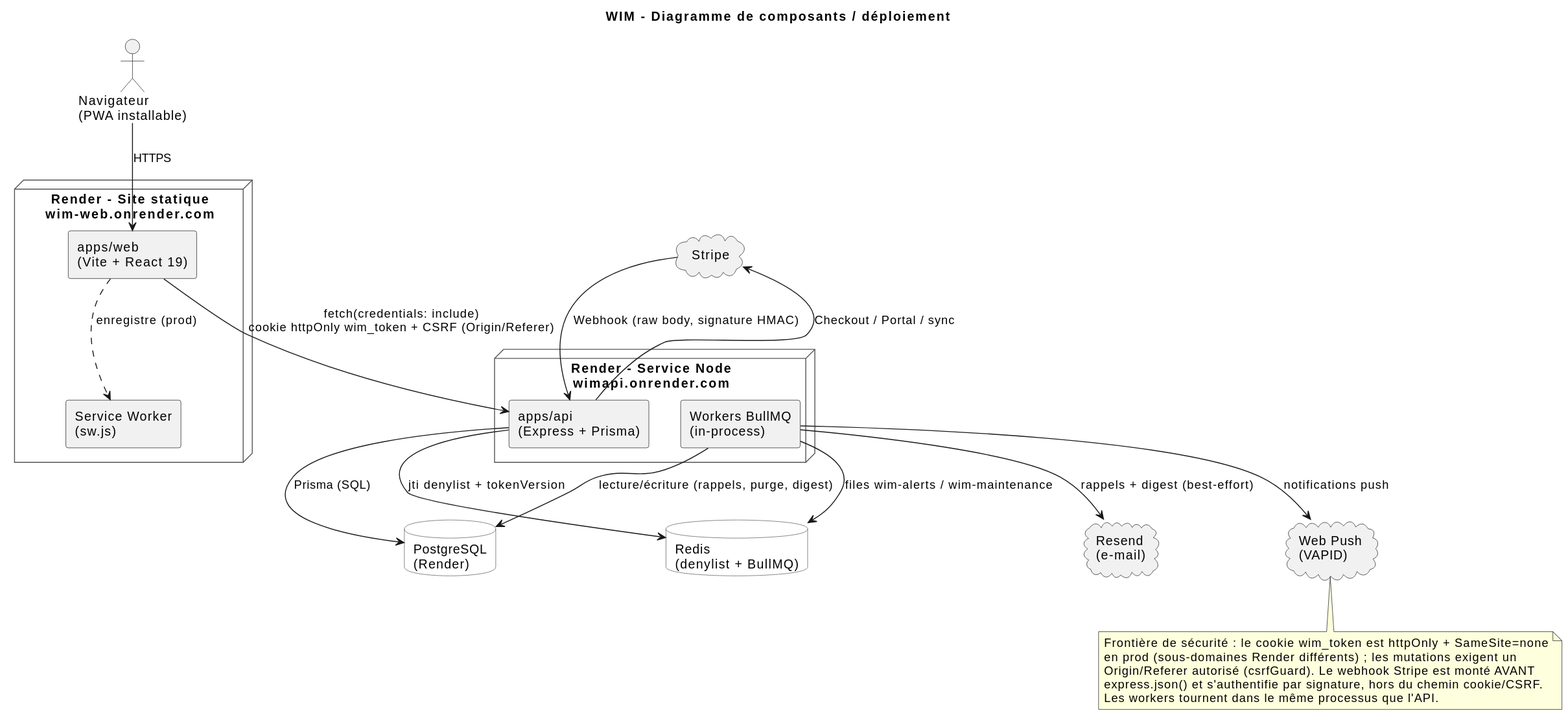
The PlantUML diagram docs/uml/07-component-deploiement.svg in SGCSBorges/WIM, before a commit. Its source is kept beside it as docs/uml/07-component-deploiement.puml.
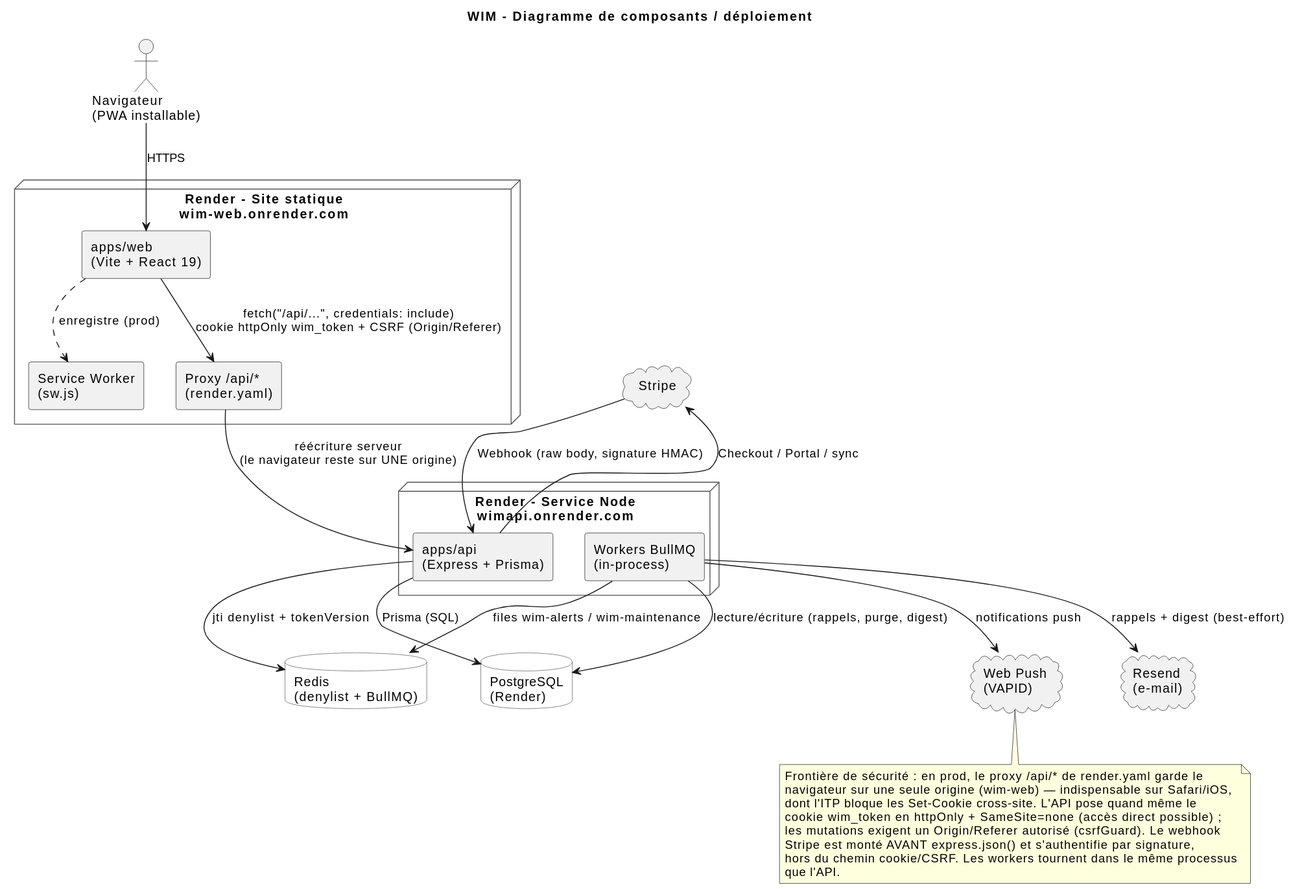
After the change.

The edit, as a diff of the source:
```diff
@@ -16,6 +16,7 @@
 node "Render – Site statique\nwim-web.onrender.com" as WebHost {
   component "apps/web\n(Vite + React 19)" as Web
   component "Service Worker\n(sw.js)" as SW
+  component "Proxy /api/*\n(render.yaml)" as Proxy
 }
 
 node "Render – Service Node\nwimapi.onrender.com" as ApiHost {
@@ -32,7 +33,8 @@
 
 Browser --> Web : HTTPS
 Web ..> SW : enregistre (prod)
-Web --> Api : fetch(credentials: include)\ncookie httpOnly wim_token + CSRF (Origin/Referer)
+Web --> Proxy : fetch("/api/...", credentials: include)\ncookie httpOnly wim_token + CSRF (Origin/Referer)
+Proxy --> Api : réécriture serveur\n(le navigateur reste sur UNE origine)
 
 Api --> PG : Prisma (SQL)
 Api --> Redis : jti denylist + tokenVersion
@@ -45,10 +47,13 @@
 Workers --> Push : notifications push
 
 note bottom
-Frontière de sécurité : le cookie wim_token est httpOnly + SameSite=none
-en prod (sous-domaines Render différents) ; les mutations exigent un
-Origin/Referer autorisé (csrfGuard). Le webhook Stripe est monté AVANT
-express.json() et s'authentifie par signature, hors du chemin cookie/CSRF.
-Les workers tournent dans le même processus que l'API.
+Frontière de sécurité : en prod, le proxy /api/* de render.yaml garde le
+navigateur sur une seule origine (wim-web) — indispensable sur Safari/iOS,
+dont l'ITP bloque les Set-Cookie cross-site. L'API pose quand même le
+cookie wim_token en httpOnly + SameSite=none (accès direct possible) ;
+les mutations exigent un Origin/Referer autorisé (csrfGuard). Le webhook
+Stripe est monté AVANT express.json() et s'authentifie par signature,
+hors du chemin cookie/CSRF. Les workers tournent dans le même processus
+que l'API.
 end note
 @enduml
```
